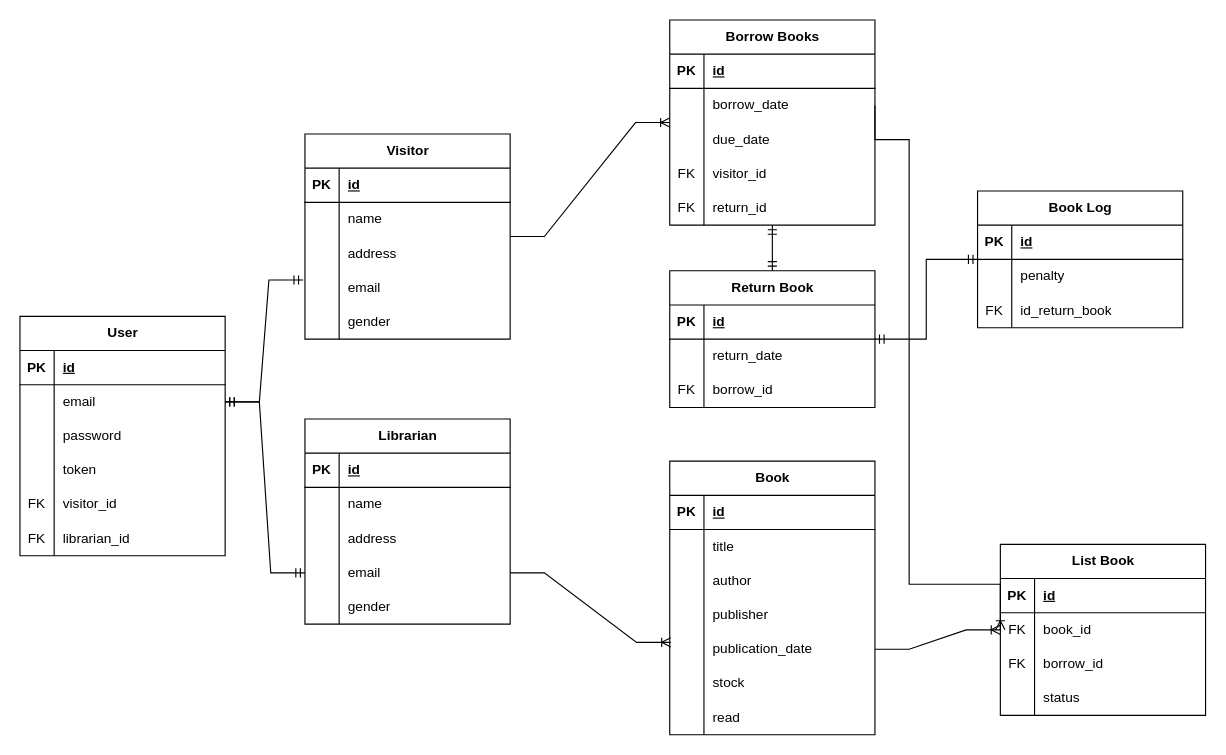
Before: page "Entity" (1 of 3) of Diagram Tanpa Judul.drawio in Syaal/library, a draw.io diagram. Source tidied: cells renumbered, new cells numbered last; positions are measured from the earlier drawing's top-left corner, leaving out a move shared by most shapes. Both pictures are drawn from the tidied source at 114%, with x=0, y=0 at pixel (19, 19).
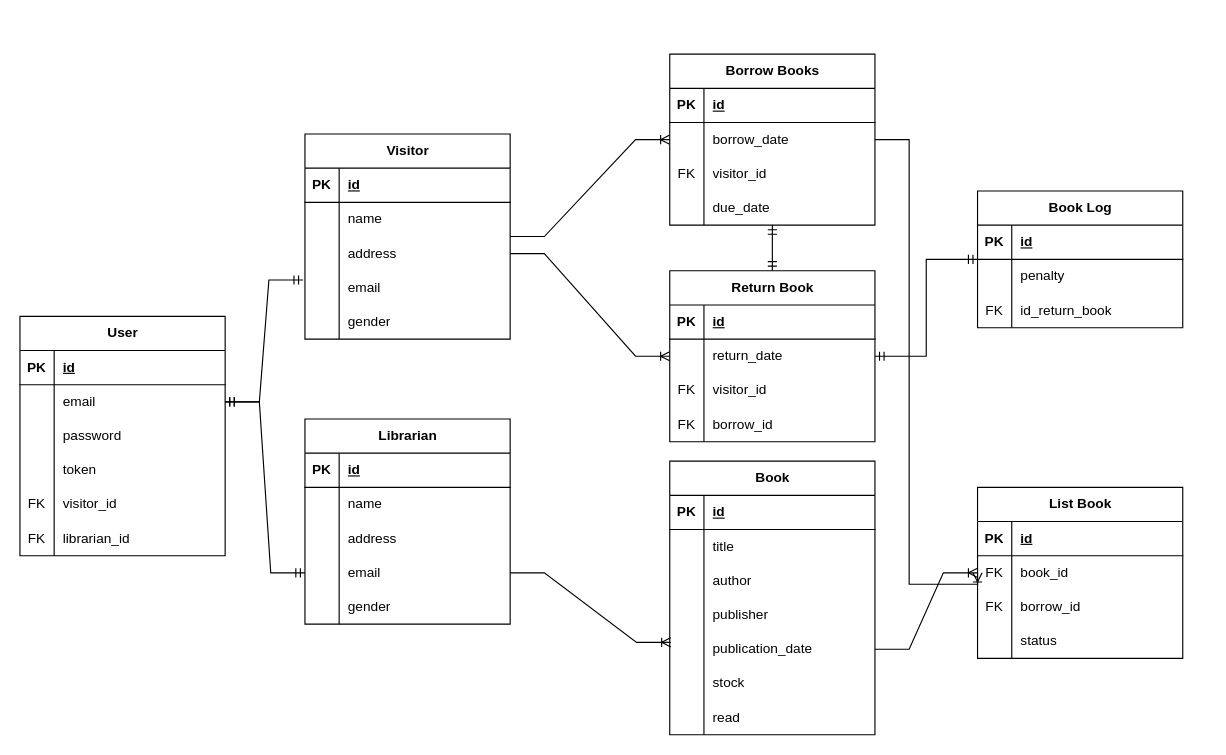
After the change.

The change refers to these unchanged cells:
```xml
<mxCell id="31" style="shape=tableRow;horizontal=0;startSize=0;swimlaneHead=0;swimlaneBody=0;fillColor=none;points=[[0,0.5],[1,0.5]];portConstraint=eastwest;top=0;left=0;right=0;bottom=0;" parent="24" vertex="1">
  <mxGeometry y="90" width="180" height="30" as="geometry" />
</mxCell>
<mxCell id="47" style="shape=tableRow;horizontal=0;startSize=0;swimlaneHead=0;swimlaneBody=0;fillColor=none;top=0;left=0;right=0;bottom=0;" parent="40" vertex="1">
  <mxGeometry y="90" width="180" height="30" as="geometry" />
</mxCell>
<mxCell id="50" style="shape=tableRow;horizontal=0;startSize=0;swimlaneHead=0;swimlaneBody=0;fillColor=none;top=0;left=0;right=0;bottom=0;" parent="40" vertex="1">
  <mxGeometry y="120" width="180" height="30" as="geometry" />
</mxCell>
```

The edit, as a diff of the source:
```diff
@@
     <mxCell id="40" value="Borrow Books" style="shape=table;startSize=30;childLayout=tableLayout;rowLines=0;fontStyle=1;align=center;html=1;" parent="1" vertex="1">
-      <mxGeometry x="570" width="180" height="180" as="geometry" />
+      <mxGeometry x="570" y="30" width="180" height="150" as="geometry" />
     </mxCell>
@@
-    <mxCell id="48" style="shape=partialRectangle;fillColor=none;top=0;left=0;bottom=0;right=0;overflow=hidden;whiteSpace=wrap;html=1;" parent="47" vertex="1">
+    <mxCell id="48" value="FK" style="shape=partialRectangle;fillColor=none;top=0;left=0;bottom=0;right=0;overflow=hidden;whiteSpace=wrap;html=1;" parent="47" vertex="1">
       <mxGeometry width="30" height="30" as="geometry" />
     </mxCell>
-    <mxCell id="49" value="due_date" style="shape=partialRectangle;fillColor=none;top=0;left=0;bottom=0;right=0;align=left;spacingLeft=6;overflow=hidden;whiteSpace=wrap;html=1;" parent="47" vertex="1">
+    <mxCell id="49" value="visitor_id" style="shape=partialRectangle;fillColor=none;top=0;left=0;bottom=0;right=0;align=left;spacingLeft=6;overflow=hidden;whiteSpace=wrap;html=1;" parent="47" vertex="1">
       <mxGeometry x="30" width="150" height="30" as="geometry" />
     </mxCell>
@@
-    <mxCell id="51" value="FK" style="shape=partialRectangle;fillColor=none;top=0;left=0;bottom=0;right=0;overflow=hidden;whiteSpace=wrap;html=1;" parent="50" vertex="1">
+    <mxCell id="51" style="shape=partialRectangle;fillColor=none;top=0;left=0;bottom=0;right=0;overflow=hidden;whiteSpace=wrap;html=1;" parent="50" vertex="1">
       <mxGeometry width="30" height="30" as="geometry" />
     </mxCell>
-    <mxCell id="52" value="visitor_id" style="shape=partialRectangle;fillColor=none;top=0;left=0;bottom=0;right=0;align=left;spacingLeft=6;overflow=hidden;whiteSpace=wrap;html=1;" parent="50" vertex="1">
+    <mxCell id="52" value="due_date" style="shape=partialRectangle;fillColor=none;top=0;left=0;bottom=0;right=0;align=left;spacingLeft=6;overflow=hidden;whiteSpace=wrap;html=1;" parent="50" vertex="1">
       <mxGeometry x="30" width="150" height="30" as="geometry" />
     </mxCell>
-    <mxCell id="53" style="shape=tableRow;horizontal=0;startSize=0;swimlaneHead=0;swimlaneBody=0;fillColor=none;top=0;left=0;right=0;bottom=0;" parent="40" vertex="1">
-      <mxGeometry y="150" width="180" height="30" as="geometry" />
-    </mxCell>
-    <mxCell id="54" value="FK" style="shape=partialRectangle;fillColor=none;top=0;left=0;bottom=0;right=0;overflow=hidden;whiteSpace=wrap;html=1;" parent="53" vertex="1">
-      <mxGeometry width="30" height="30" as="geometry" />
-    </mxCell>
-    <mxCell id="55" value="return_id" style="shape=partialRectangle;fillColor=none;top=0;left=0;bottom=0;right=0;align=left;spacingLeft=6;overflow=hidden;whiteSpace=wrap;html=1;" parent="53" vertex="1">
-      <mxGeometry x="30" width="150" height="30" as="geometry" />
-    </mxCell>
@@
     <mxCell id="57" value="Return Book" style="shape=table;startSize=30;childLayout=tableLayout;rowLines=0;fontStyle=1;align=center;html=1;" parent="1" vertex="1">
-      <mxGeometry x="570" y="220" width="180" height="120" as="geometry" />
+      <mxGeometry x="570" y="220" width="180" height="150" as="geometry" />
     </mxCell>
@@
+    <mxCell id="132" style="shape=tableRow;horizontal=0;startSize=0;swimlaneHead=0;swimlaneBody=0;fillColor=none;top=0;left=0;right=0;bottom=0;" parent="57" vertex="1">
+      <mxGeometry y="90" width="180" height="30" as="geometry" />
+    </mxCell>
+    <mxCell id="54" value="FK" style="shape=partialRectangle;fillColor=none;top=0;left=0;bottom=0;right=0;overflow=hidden;whiteSpace=wrap;html=1;" parent="132" vertex="1">
+      <mxGeometry width="30" height="30" as="geometry" />
+    </mxCell>
+    <mxCell id="133" value="visitor_id" style="shape=partialRectangle;fillColor=none;top=0;left=0;bottom=0;right=0;align=left;spacingLeft=6;overflow=hidden;whiteSpace=wrap;html=1;" parent="132" vertex="1">
+      <mxGeometry x="30" width="150" height="30" as="geometry" />
+    </mxCell>
     <mxCell id="64" style="shape=tableRow;horizontal=0;startSize=0;swimlaneHead=0;swimlaneBody=0;fillColor=none;top=0;left=0;right=0;bottom=0;" parent="57" vertex="1">
-      <mxGeometry y="90" width="180" height="30" as="geometry" />
+      <mxGeometry y="120" width="180" height="30" as="geometry" />
     </mxCell>
@@
+    <mxCell id="134" style="edgeStyle=entityRelationEdgeStyle;fontSize=12;html=1;endArrow=ERoneToMany;rounded=0;exitX=1;exitY=0.5;exitDx=0;exitDy=0;" parent="1" edge="1" source="31" target="57">
+      <mxGeometry relative="1" as="geometry" />
+    </mxCell>
@@
     <mxCell id="116" value="List Book" style="shape=table;startSize=30;childLayout=tableLayout;rowLines=0;fontStyle=1;align=center;html=1;" parent="1" vertex="1">
-      <mxGeometry x="860" y="460" width="180" height="150" as="geometry" />
+      <mxGeometry x="840" y="410" width="180" height="150" as="geometry" />
     </mxCell>
```
